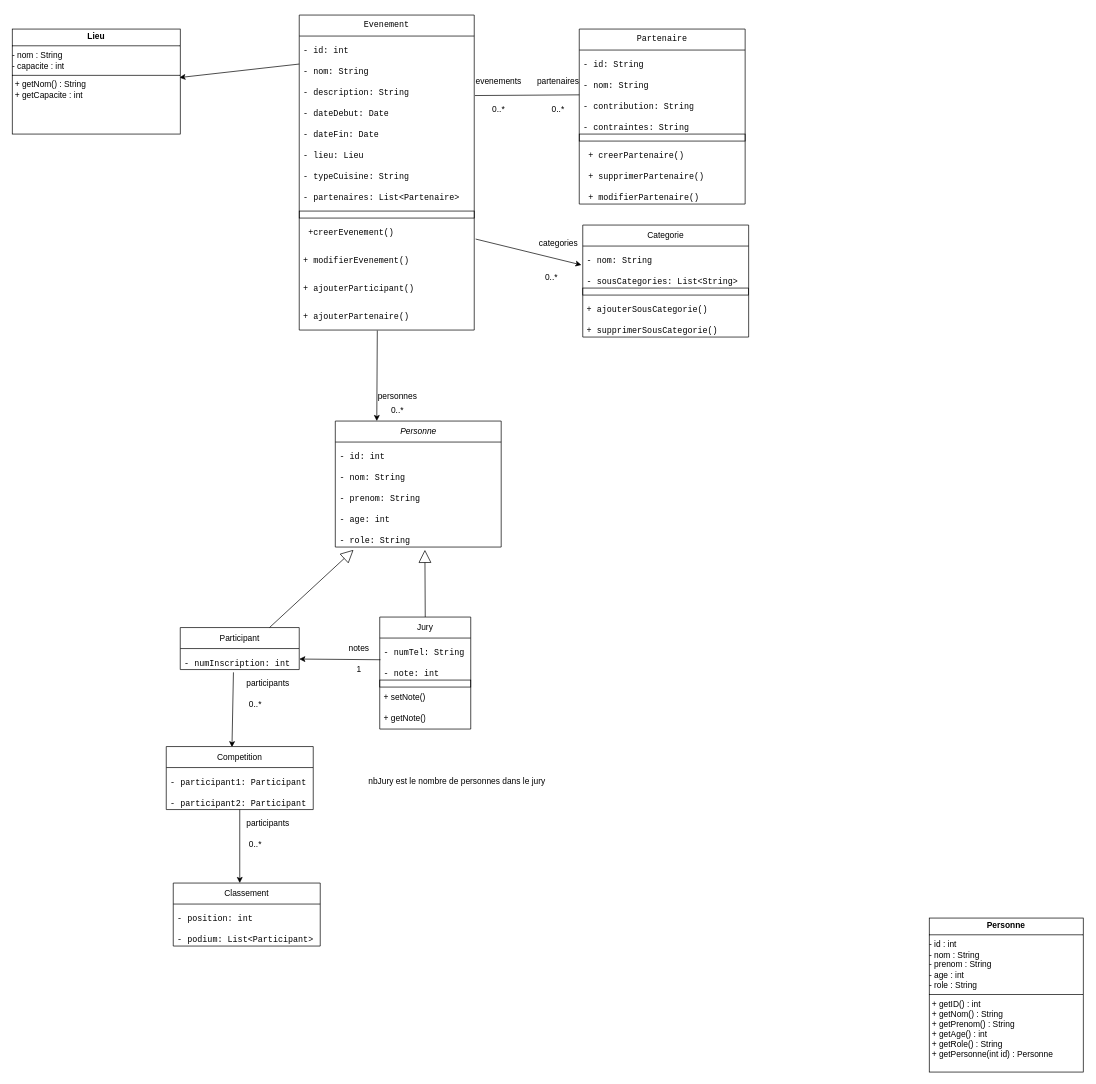
Before: Conception/diagramme de classe méthodes.drawio in CSliveR/Chief-s-Arena, a draw.io diagram. Source tidied: cells renumbered, new cells numbered last; positions are measured from the earlier drawing's top-left corner, leaving out a move shared by most shapes. Both pictures are drawn from the tidied source at 70%, with x=0, y=0 at pixel (12, 15).
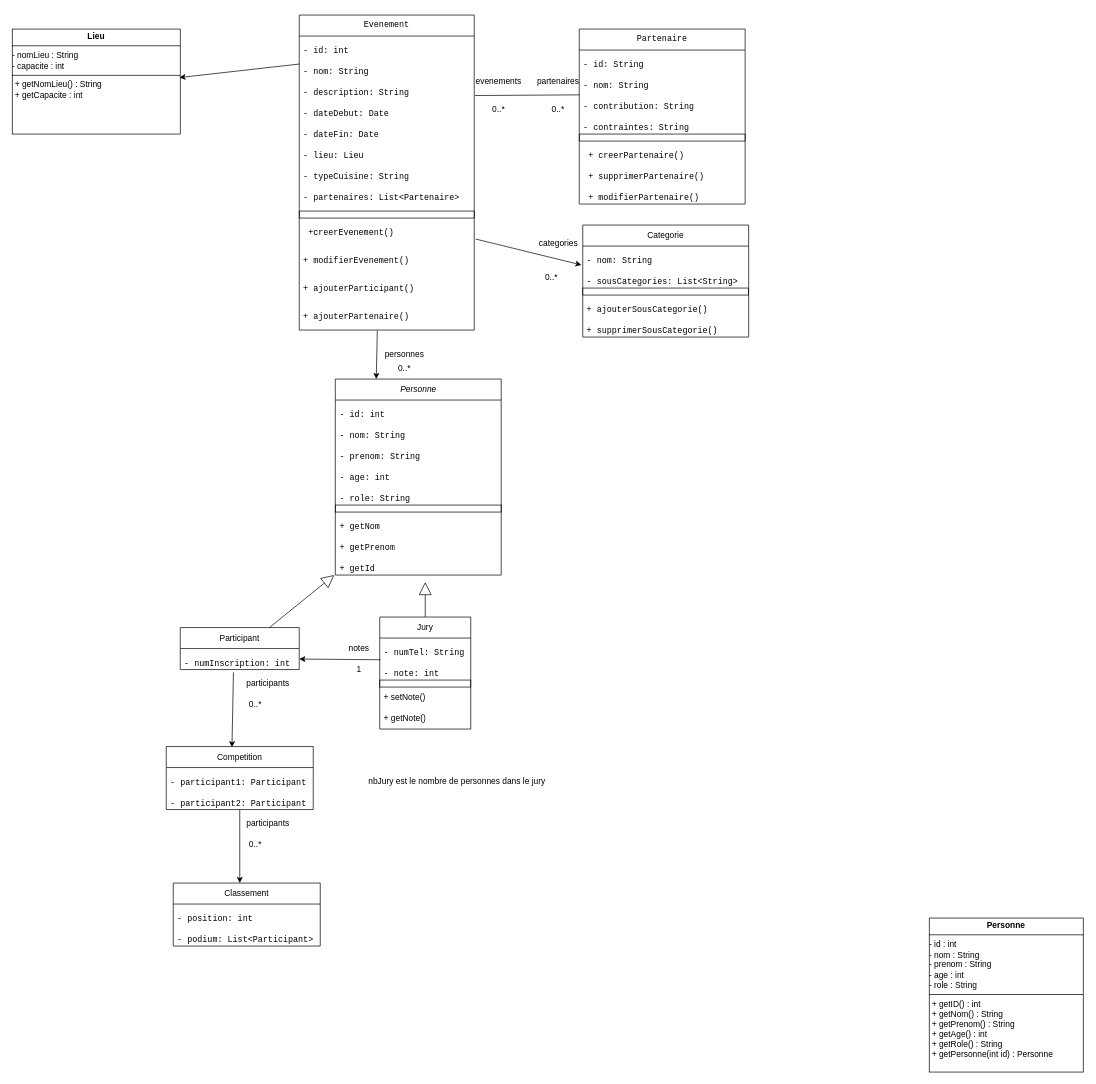
Above is the later version.

Commit message:
Mettre à jour diagramme de classe méthodes.drawio

Unchanged cells that the change refers to:
```xml
<mxCell id="15" value="&lt;pre&gt;&lt;code class=&quot;!whitespace-pre hljs language-plaintext&quot;&gt;+ ajouterPartenaire()&lt;/code&gt;&lt;/pre&gt;" style="text;strokeColor=none;fillColor=none;align=left;verticalAlign=middle;spacingLeft=4;spacingRight=4;overflow=hidden;points=[[0,0.5],[1,0.5]];portConstraint=eastwest;whiteSpace=wrap;html=1;" parent="2" vertex="1">
  <mxGeometry y="410" width="250" height="40" as="geometry" />
</mxCell>
<mxCell id="33" value="&lt;pre&gt;&lt;code class=&quot;!whitespace-pre hljs language-plaintext&quot;&gt;- role: String&lt;/code&gt;&lt;/pre&gt;" style="text;strokeColor=none;fillColor=none;align=left;verticalAlign=middle;spacingLeft=4;spacingRight=4;overflow=hidden;points=[[0,0.5],[1,0.5]];portConstraint=eastwest;whiteSpace=wrap;html=1;" parent="27" vertex="1">
  <mxGeometry y="150" width="237" height="30" as="geometry" />
</mxCell>
<mxCell id="34" value="Participant" style="swimlane;fontStyle=0;horizontal=1;startSize=30;whiteSpace=wrap;html=1;" parent="1" vertex="1">
  <mxGeometry x="240" y="875" width="170" height="60" as="geometry" />
</mxCell>
<mxCell id="39" value="Jury" style="swimlane;fontStyle=0;horizontal=1;startSize=30;whiteSpace=wrap;html=1;" parent="1" vertex="1">
  <mxGeometry x="525" y="860" width="130" height="160" as="geometry" />
</mxCell>
```

What changed in the source:
```diff
@@
     <mxCell id="27" value="&lt;div&gt;&lt;i&gt;Personne&lt;/i&gt;&lt;/div&gt;" style="swimlane;fontStyle=0;horizontal=1;startSize=30;whiteSpace=wrap;html=1;" parent="1" vertex="1">
-      <mxGeometry x="461.5" y="580" width="237" height="180" as="geometry" />
+      <mxGeometry x="461.5" y="520" width="237" height="280" as="geometry" />
     </mxCell>
@@
+    <mxCell id="85" value="&lt;pre&gt;&lt;code class=&quot;!whitespace-pre hljs language-plaintext&quot;&gt;&lt;br&gt;&lt;/code&gt;&lt;/pre&gt;" style="text;strokeColor=default;fillColor=none;align=left;verticalAlign=middle;spacingLeft=4;spacingRight=4;overflow=hidden;whiteSpace=wrap;html=1;" parent="27" vertex="1">
+      <mxGeometry y="180" width="237" height="10" as="geometry" />
+    </mxCell>
+    <mxCell id="86" value="&lt;pre&gt;&lt;code class=&quot;!whitespace-pre hljs language-plaintext&quot;&gt;+ getNom&lt;/code&gt;&lt;/pre&gt;" style="text;strokeColor=none;fillColor=none;align=left;verticalAlign=middle;spacingLeft=4;spacingRight=4;overflow=hidden;whiteSpace=wrap;html=1;" parent="27" vertex="1">
+      <mxGeometry y="190" width="237" height="30" as="geometry" />
+    </mxCell>
+    <mxCell id="87" value="&lt;pre&gt;&lt;code class=&quot;!whitespace-pre hljs language-plaintext&quot;&gt;+ getPrenom&lt;/code&gt;&lt;/pre&gt;" style="text;strokeColor=none;fillColor=none;align=left;verticalAlign=middle;spacingLeft=4;spacingRight=4;overflow=hidden;whiteSpace=wrap;html=1;" parent="27" vertex="1">
+      <mxGeometry y="220" width="237" height="30" as="geometry" />
+    </mxCell>
+    <mxCell id="88" value="&lt;pre&gt;&lt;code class=&quot;!whitespace-pre hljs language-plaintext&quot;&gt;+ getId&lt;/code&gt;&lt;/pre&gt;" style="text;strokeColor=none;fillColor=none;align=left;verticalAlign=middle;spacingLeft=4;spacingRight=4;overflow=hidden;whiteSpace=wrap;html=1;" parent="27" vertex="1">
+      <mxGeometry y="250" width="237" height="30" as="geometry" />
+    </mxCell>
@@
-    <mxCell id="37" style="endArrow=block;endSize=16;endFill=0;html=1;rounded=0;entryX=0.11;entryY=1.133;entryDx=0;entryDy=0;entryPerimeter=0;exitX=0.75;exitY=0;exitDx=0;exitDy=0;" parent="1" edge="1" source="34" target="33">
-      <mxGeometry relative="1" as="geometry" />
+    <mxCell id="37" style="endArrow=block;endSize=16;endFill=0;html=1;rounded=0;exitX=0.75;exitY=0;exitDx=0;exitDy=0;" parent="1" edge="1" source="34">
+      <mxGeometry relative="1" as="geometry">
+        <mxPoint x="460" y="800" as="targetPoint" />
+      </mxGeometry>
     </mxCell>
-    <mxCell id="38" style="endArrow=block;endSize=16;endFill=0;html=1;rounded=0;exitX=0.5;exitY=0;exitDx=0;exitDy=0;entryX=0.54;entryY=1.133;entryDx=0;entryDy=0;entryPerimeter=0;" parent="1" edge="1" source="39" target="33">
-      <mxGeometry relative="1" as="geometry" />
+    <mxCell id="38" style="endArrow=block;endSize=16;endFill=0;html=1;rounded=0;exitX=0.5;exitY=0;exitDx=0;exitDy=0;" parent="1" edge="1" source="39">
+      <mxGeometry relative="1" as="geometry">
+        <mxPoint x="590" y="810" as="targetPoint" />
+      </mxGeometry>
     </mxCell>
@@
-    <mxCell id="46" style="endArrow=classic;html=1;rounded=0;entryX=0.25;entryY=0;entryDx=0;entryDy=0;exitX=0.446;exitY=1.019;exitDx=0;exitDy=0;exitPerimeter=0;" parent="1" edge="1" source="15" target="27">
-      <mxGeometry relative="1" as="geometry" />
+    <mxCell id="46" style="endArrow=classic;html=1;rounded=0;exitX=0.446;exitY=1.019;exitDx=0;exitDy=0;exitPerimeter=0;" parent="1" edge="1" source="15">
+      <mxGeometry relative="1" as="geometry">
+        <mxPoint x="520" y="520" as="targetPoint" />
+      </mxGeometry>
     </mxCell>
     <mxCell id="47" value="personnes" style="text;html=1;align=center;verticalAlign=middle;strokeColor=none;fillColor=none;" parent="1" vertex="1">
-      <mxGeometry x="510" y="530" width="80" height="30" as="geometry" />
+      <mxGeometry x="520" y="470" width="80" height="30" as="geometry" />
     </mxCell>
     <mxCell id="48" value="&lt;div&gt;0..*&lt;/div&gt;" style="text;html=1;align=center;verticalAlign=middle;strokeColor=none;fillColor=none;" parent="1" vertex="1">
-      <mxGeometry x="530" y="550" width="40" height="30" as="geometry" />
+      <mxGeometry x="540" y="490" width="40" height="30" as="geometry" />
     </mxCell>
@@
-    <mxCell id="83" value="&lt;p style=&quot;margin:0px;margin-top:4px;text-align:center;&quot;&gt;&lt;b&gt;Lieu&lt;/b&gt;&lt;/p&gt;&lt;hr size=&quot;1&quot; style=&quot;border-style:solid;&quot;&gt;&lt;div&gt;- nom : String&lt;/div&gt;&lt;div&gt;- capacite : int&lt;br&gt;&lt;/div&gt;&lt;hr size=&quot;1&quot; style=&quot;border-style:solid;&quot;&gt;&lt;p style=&quot;margin:0px;margin-left:4px;&quot;&gt;+ getNom() : String&lt;/p&gt;&lt;p style=&quot;margin:0px;margin-left:4px;&quot;&gt;+ getCapacite : int&lt;br&gt;&lt;/p&gt;" style="verticalAlign=top;align=left;overflow=fill;html=1;whiteSpace=wrap;" parent="1" vertex="1">
+    <mxCell id="83" value="&lt;p style=&quot;margin:0px;margin-top:4px;text-align:center;&quot;&gt;&lt;b&gt;Lieu&lt;/b&gt;&lt;/p&gt;&lt;hr size=&quot;1&quot; style=&quot;border-style:solid;&quot;&gt;&lt;div&gt;- nomLieu : String&lt;/div&gt;&lt;div&gt;- capacite : int&lt;br&gt;&lt;/div&gt;&lt;hr size=&quot;1&quot; style=&quot;border-style:solid;&quot;&gt;&lt;p style=&quot;margin:0px;margin-left:4px;&quot;&gt;+ getNomLieu() : String&lt;/p&gt;&lt;p style=&quot;margin:0px;margin-left:4px;&quot;&gt;+ getCapacite : int&lt;br&gt;&lt;/p&gt;" style="verticalAlign=top;align=left;overflow=fill;html=1;whiteSpace=wrap;" parent="1" vertex="1">
       <mxGeometry y="20" width="240" height="150" as="geometry" />
     </mxCell>
```
